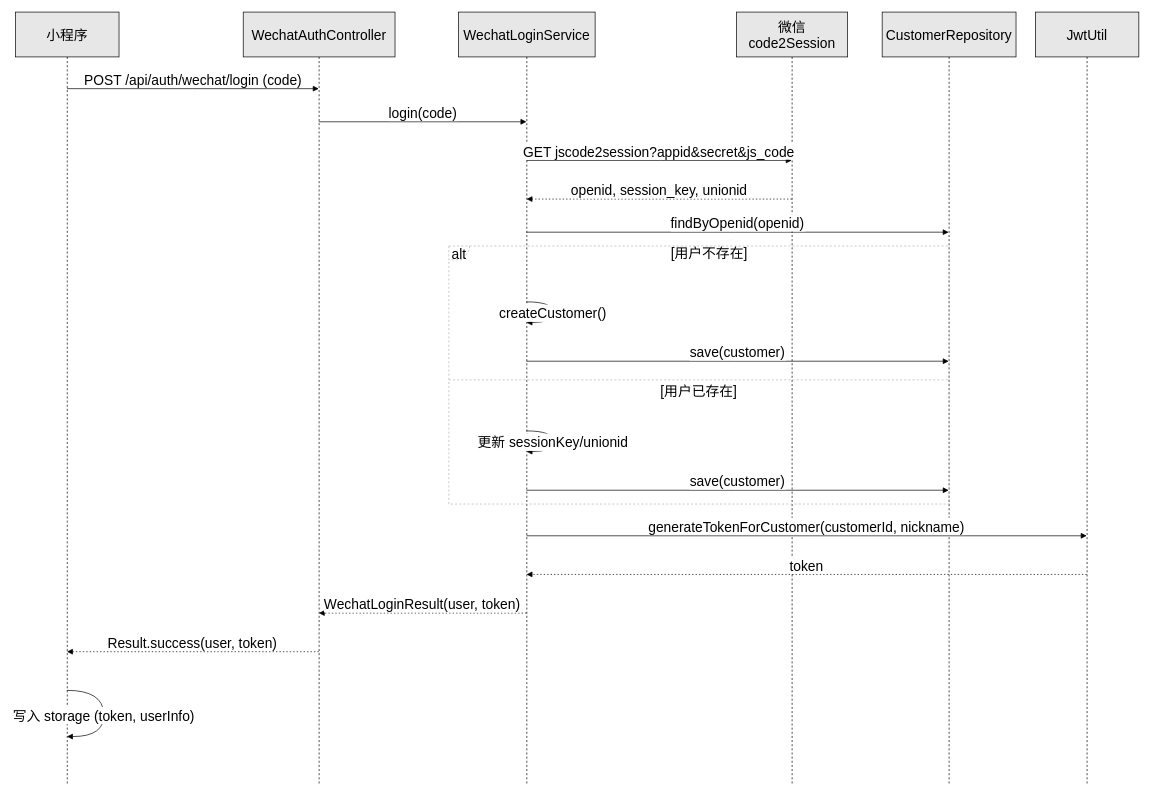
Above: page "小程序登录时序图" (19 of 19) of 题库E-R.drawio in ChenLiheng/question-project (draw.io), before the change. Source tidied: cells renumbered, new cells numbered last; positions are measured from the earlier drawing's top-left corner, leaving out a move shared by most shapes. Both pictures are drawn from the tidied source at 69%, with x=0, y=0 at pixel (15, 12).
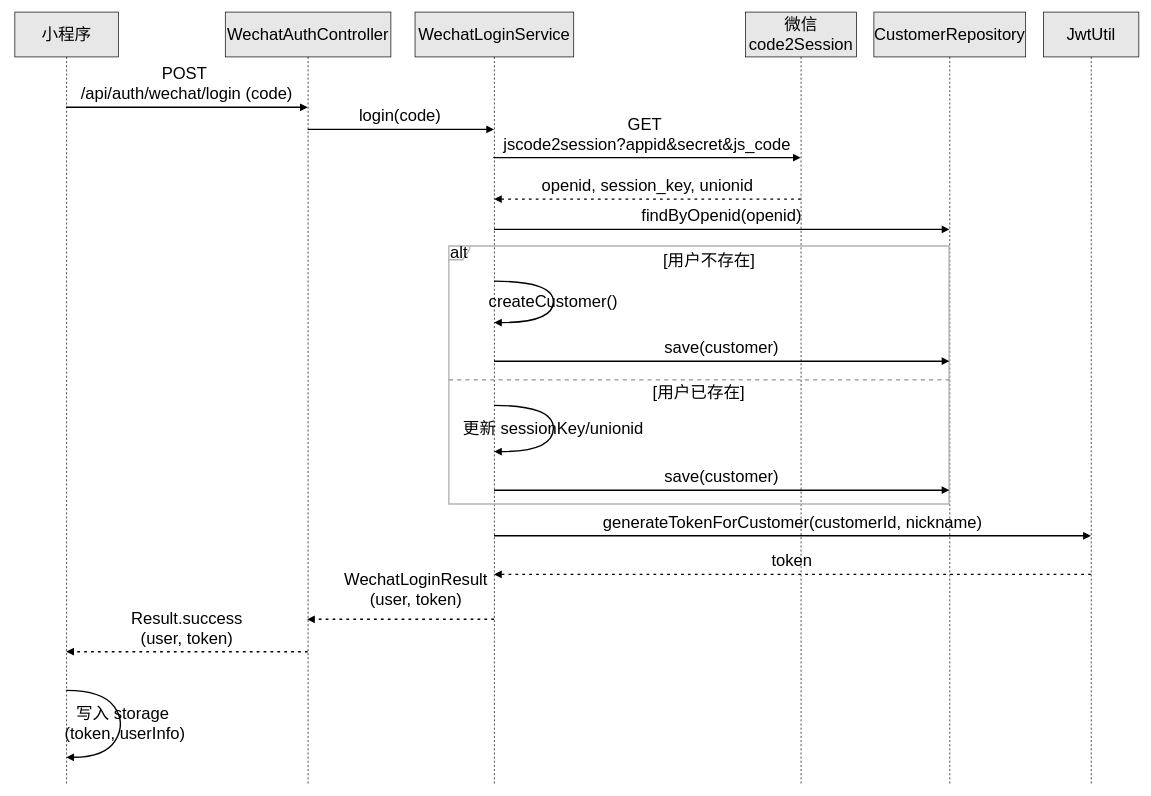
The same diagram, later.

The edit, as a diff of the source:
```diff
@@
-    <mxCell id="2" value="小程序" style="shape=umlLifeline;perimeter=lifelinePerimeter;whiteSpace=wrap;outlineConnect=0;portConstraint=eastwest;newEdgeStyle={&quot;edgeStyle&quot;:&quot;elbowEdgeStyle&quot;,&quot;elbow&quot;:&quot;vertical&quot;,&quot;curved&quot;:0,&quot;rounded&quot;:0};size=65;fontSize=20;fillColor=#E7E7E7;" parent="1" vertex="1">
-      <mxGeometry width="150" height="1119" as="geometry" />
+    <mxCell id="2" value="小程序" style="shape=umlLifeline;perimeter=lifelinePerimeter;whiteSpace=wrap;outlineConnect=0;portConstraint=eastwest;newEdgeStyle={&quot;edgeStyle&quot;:&quot;elbowEdgeStyle&quot;,&quot;elbow&quot;:&quot;vertical&quot;,&quot;curved&quot;:0,&quot;rounded&quot;:0};size=65;fontSize=24;fillColor=#E7E7E7;expandToFront=0;gradientColor=none;strokeWidth=1;rounded=0;shadow=0;glass=0;" parent="1" vertex="1">
+      <mxGeometry x="-1" width="150" height="1119" as="geometry" />
     </mxCell>
-    <mxCell id="3" value="WechatAuthController" style="shape=umlLifeline;perimeter=lifelinePerimeter;whiteSpace=wrap;outlineConnect=0;portConstraint=eastwest;newEdgeStyle={&quot;edgeStyle&quot;:&quot;elbowEdgeStyle&quot;,&quot;elbow&quot;:&quot;vertical&quot;,&quot;curved&quot;:0,&quot;rounded&quot;:0};size=65;fillColor=#E7E7E7;fontSize=20;" parent="1" vertex="1">
-      <mxGeometry x="330" width="220" height="1118" as="geometry" />
+    <mxCell id="3" value="WechatAuthController" style="shape=umlLifeline;perimeter=lifelinePerimeter;whiteSpace=wrap;outlineConnect=0;portConstraint=eastwest;newEdgeStyle={&quot;edgeStyle&quot;:&quot;elbowEdgeStyle&quot;,&quot;elbow&quot;:&quot;vertical&quot;,&quot;curved&quot;:0,&quot;rounded&quot;:0};size=65;fillColor=#E7E7E7;fontSize=24;" parent="1" vertex="1">
+      <mxGeometry x="304" width="240" height="1118" as="geometry" />
     </mxCell>
-    <mxCell id="4" value="WechatLoginService" style="shape=umlLifeline;perimeter=lifelinePerimeter;whiteSpace=wrap;outlineConnect=0;portConstraint=eastwest;newEdgeStyle={&quot;edgeStyle&quot;:&quot;elbowEdgeStyle&quot;,&quot;elbow&quot;:&quot;vertical&quot;,&quot;curved&quot;:0,&quot;rounded&quot;:0};size=65;fillColor=#E7E7E7;fontSize=20;" parent="1" vertex="1">
-      <mxGeometry x="642" width="198" height="1118" as="geometry" />
+    <mxCell id="4" value="WechatLoginService" style="shape=umlLifeline;perimeter=lifelinePerimeter;whiteSpace=wrap;outlineConnect=0;portConstraint=eastwest;newEdgeStyle={&quot;edgeStyle&quot;:&quot;elbowEdgeStyle&quot;,&quot;elbow&quot;:&quot;vertical&quot;,&quot;curved&quot;:0,&quot;rounded&quot;:0};size=65;fillColor=#E7E7E7;fontSize=24;" parent="1" vertex="1">
+      <mxGeometry x="579" width="230" height="1118" as="geometry" />
     </mxCell>
-    <mxCell id="5" value="微信 code2Session" style="shape=umlLifeline;perimeter=lifelinePerimeter;whiteSpace=wrap;outlineConnect=0;portConstraint=eastwest;newEdgeStyle={&quot;edgeStyle&quot;:&quot;elbowEdgeStyle&quot;,&quot;elbow&quot;:&quot;vertical&quot;,&quot;curved&quot;:0,&quot;rounded&quot;:0};size=65;fillColor=#E7E7E7;fontSize=20;" parent="1" vertex="1">
-      <mxGeometry x="1045" width="161" height="1118" as="geometry" />
+    <mxCell id="5" value="微信 code2Session" style="shape=umlLifeline;perimeter=lifelinePerimeter;whiteSpace=wrap;outlineConnect=0;portConstraint=eastwest;newEdgeStyle={&quot;edgeStyle&quot;:&quot;elbowEdgeStyle&quot;,&quot;elbow&quot;:&quot;vertical&quot;,&quot;curved&quot;:0,&quot;rounded&quot;:0};size=65;fillColor=#E7E7E7;fontSize=24;" parent="1" vertex="1">
+      <mxGeometry x="1058" width="161" height="1118" as="geometry" />
     </mxCell>
-    <mxCell id="6" value="CustomerRepository" style="shape=umlLifeline;perimeter=lifelinePerimeter;whiteSpace=wrap;outlineConnect=0;portConstraint=eastwest;newEdgeStyle={&quot;edgeStyle&quot;:&quot;elbowEdgeStyle&quot;,&quot;elbow&quot;:&quot;vertical&quot;,&quot;curved&quot;:0,&quot;rounded&quot;:0};size=65;fillColor=#E7E7E7;fontSize=20;" parent="1" vertex="1">
-      <mxGeometry x="1256" width="194" height="1118" as="geometry" />
+    <mxCell id="6" value="CustomerRepository" style="shape=umlLifeline;perimeter=lifelinePerimeter;whiteSpace=wrap;outlineConnect=0;portConstraint=eastwest;newEdgeStyle={&quot;edgeStyle&quot;:&quot;elbowEdgeStyle&quot;,&quot;elbow&quot;:&quot;vertical&quot;,&quot;curved&quot;:0,&quot;rounded&quot;:0};size=65;fillColor=#E7E7E7;fontSize=24;" parent="1" vertex="1">
+      <mxGeometry x="1244" width="220" height="1118" as="geometry" />
     </mxCell>
-    <mxCell id="7" value="JwtUtil" style="shape=umlLifeline;perimeter=lifelinePerimeter;whiteSpace=wrap;outlineConnect=0;portConstraint=eastwest;newEdgeStyle={&quot;edgeStyle&quot;:&quot;elbowEdgeStyle&quot;,&quot;elbow&quot;:&quot;vertical&quot;,&quot;curved&quot;:0,&quot;rounded&quot;:0};size=65;fillColor=#E7E7E7;fontSize=20;" parent="1" vertex="1">
-      <mxGeometry x="1478" width="150" height="1118" as="geometry" />
+    <mxCell id="7" value="JwtUtil" style="shape=umlLifeline;perimeter=lifelinePerimeter;whiteSpace=wrap;outlineConnect=0;portConstraint=eastwest;newEdgeStyle={&quot;edgeStyle&quot;:&quot;elbowEdgeStyle&quot;,&quot;elbow&quot;:&quot;vertical&quot;,&quot;curved&quot;:0,&quot;rounded&quot;:0};size=65;fillColor=#E7E7E7;fontSize=24;" parent="1" vertex="1">
+      <mxGeometry x="1490" width="138" height="1118" as="geometry" />
     </mxCell>
-    <mxCell id="8" value="alt" style="shape=umlFrame;dashed=1;strokeColor=#B3B3B3;height=20;width=30;fontSize=20;" parent="1" vertex="1">
+    <mxCell id="8" value="alt" style="shape=umlFrame;strokeColor=#B3B3B3;height=20;width=30;fontSize=24;strokeWidth=2;labelBackgroundColor=none;spacingBottom=6;" parent="1" vertex="1">
       <mxGeometry x="628" y="339" width="725" height="374" as="geometry" />
     </mxCell>
-    <mxCell id="9" value="[用户不存在]" style="text;strokeColor=none;fillColor=none;align=center;verticalAlign=middle;whiteSpace=wrap;fontSize=20;" parent="8" vertex="1">
+    <mxCell id="9" value="&#10;[用户不存在]" style="text;strokeColor=none;fillColor=none;align=center;verticalAlign=middle;whiteSpace=wrap;fontSize=24;labelBackgroundColor=none;spacingBottom=6;strokeWidth=2;" parent="8" vertex="1">
       <mxGeometry x="30" width="695" height="20" as="geometry" />
     </mxCell>
-    <mxCell id="10" value="[用户已存在]" style="shape=line;dashed=1;whiteSpace=wrap;verticalAlign=top;labelPosition=center;verticalLabelPosition=middle;align=center;strokeColor=#B3B3B3;fontSize=20;" parent="8" vertex="1">
+    <mxCell id="10" value="[用户已存在]" style="shape=line;dashed=1;whiteSpace=wrap;verticalAlign=top;labelPosition=center;verticalLabelPosition=middle;align=center;strokeColor=#939393;fontSize=24;labelBackgroundColor=none;spacingBottom=6;strokeWidth=2;" parent="8" vertex="1">
       <mxGeometry y="192" width="725" height="4" as="geometry" />
     </mxCell>
-    <mxCell id="11" value="POST /api/auth/wechat/login (code)" style="verticalAlign=bottom;edgeStyle=elbowEdgeStyle;elbow=vertical;curved=0;rounded=0;endArrow=block;fontSize=20;" parent="1" edge="1" source="2" target="3">
+    <mxCell id="11" value="POST &#10;/api/auth/wechat/login (code)" style="verticalAlign=bottom;edgeStyle=elbowEdgeStyle;elbow=vertical;curved=0;rounded=0;endArrow=block;fontSize=24;labelBackgroundColor=none;spacingBottom=6;strokeWidth=2;" parent="1" edge="1" target="3">
       <mxGeometry relative="1" as="geometry">
+        <mxPoint x="73.3" y="138" as="sourcePoint" />
         <Array as="points">
-          <mxPoint x="257" y="111" />
+          <mxPoint x="257" y="138" />
         </Array>
       </mxGeometry>
     </mxCell>
-    <mxCell id="12" value="login(code)" style="verticalAlign=bottom;edgeStyle=elbowEdgeStyle;elbow=vertical;curved=0;rounded=0;endArrow=block;fontSize=20;" parent="1" edge="1" source="3" target="4">
-      <mxGeometry relative="1" as="geometry">
+    <mxCell id="12" value="login(code)" style="verticalAlign=bottom;edgeStyle=elbowEdgeStyle;elbow=vertical;curved=0;rounded=0;endArrow=block;fontSize=24;labelBackgroundColor=none;spacingBottom=6;strokeWidth=2;" parent="1" edge="1" source="3" target="4">
+      <mxGeometry x="-0.01" relative="1" as="geometry">
         <Array as="points">
-          <mxPoint x="583" y="159" />
+          <mxPoint x="550" y="170" />
         </Array>
       </mxGeometry>
     </mxCell>
-    <mxCell id="13" value="GET jscode2session?appid&amp;secret&amp;js_code" style="verticalAlign=bottom;edgeStyle=elbowEdgeStyle;elbow=vertical;curved=0;rounded=0;endArrow=block;fontSize=20;" parent="1" edge="1" source="4" target="5">
+    <mxCell id="13" value="GET &#10;jscode2session?appid&amp;secret&amp;js_code" style="verticalAlign=bottom;edgeStyle=elbowEdgeStyle;elbow=vertical;curved=0;rounded=0;endArrow=block;fontSize=24;labelBackgroundColor=none;spacingBottom=6;strokeWidth=2;" parent="1" edge="1">
       <mxGeometry relative="1" as="geometry">
+        <mxPoint x="692.5" y="211" as="sourcePoint" />
+        <mxPoint x="1138" y="211" as="targetPoint" />
         <Array as="points">
-          <mxPoint x="935" y="215" />
+          <mxPoint x="935" y="211" />
         </Array>
       </mxGeometry>
     </mxCell>
-    <mxCell id="14" value="openid, session_key, unionid" style="verticalAlign=bottom;edgeStyle=elbowEdgeStyle;elbow=vertical;curved=0;rounded=0;dashed=1;dashPattern=2 3;endArrow=block;fontSize=20;" parent="1" edge="1" source="5" target="4">
+    <mxCell id="14" value="openid, session_key, unionid" style="verticalAlign=bottom;edgeStyle=elbowEdgeStyle;elbow=vertical;curved=0;rounded=0;dashed=1;dashPattern=2 3;endArrow=block;fontSize=24;labelBackgroundColor=none;spacingBottom=6;strokeWidth=2;" parent="1" edge="1" source="5" target="4">
       <mxGeometry relative="1" as="geometry">
         <Array as="points">
           <mxPoint x="938" y="271" />
         </Array>
       </mxGeometry>
     </mxCell>
-    <mxCell id="15" value="findByOpenid(openid)" style="verticalAlign=bottom;edgeStyle=elbowEdgeStyle;elbow=vertical;curved=0;rounded=0;endArrow=block;fontSize=20;" parent="1" edge="1" source="4" target="6">
+    <mxCell id="15" value="findByOpenid(openid)" style="verticalAlign=bottom;edgeStyle=elbowEdgeStyle;elbow=vertical;curved=0;rounded=0;endArrow=block;fontSize=24;labelBackgroundColor=none;spacingBottom=6;strokeWidth=2;" parent="1" edge="1" source="4" target="6">
       <mxGeometry relative="1" as="geometry">
         <Array as="points">
-          <mxPoint x="1043" y="319" />
+          <mxPoint x="1043" y="315" />
         </Array>
       </mxGeometry>
     </mxCell>
-    <mxCell id="16" value="createCustomer()" style="curved=1;endArrow=block;rounded=0;fontSize=20;" parent="1" edge="1" source="4" target="4">
+    <mxCell id="16" value="createCustomer()" style="curved=1;endArrow=block;rounded=0;fontSize=24;labelBackgroundColor=none;spacingBottom=6;strokeWidth=2;" parent="1" edge="1" source="4" target="4">
       <mxGeometry relative="1" as="geometry">
         <Array as="points">
-          <mxPoint x="779" y="420" />
+          <mxPoint x="780" y="390" />
           <mxPoint x="779" y="450" />
         </Array>
       </mxGeometry>
     </mxCell>
-    <mxCell id="17" value="save(customer)" style="verticalAlign=bottom;edgeStyle=elbowEdgeStyle;elbow=vertical;curved=0;rounded=0;endArrow=block;fontSize=20;" parent="1" edge="1" source="4" target="6">
+    <mxCell id="17" value="save(customer)" style="verticalAlign=bottom;edgeStyle=elbowEdgeStyle;elbow=vertical;curved=0;rounded=0;endArrow=block;fontSize=24;labelBackgroundColor=none;spacingBottom=6;strokeWidth=2;" parent="1" edge="1" source="4" target="6">
       <mxGeometry relative="1" as="geometry">
         <Array as="points">
           <mxPoint x="1043" y="506" />
         </Array>
       </mxGeometry>
     </mxCell>
-    <mxCell id="18" value="更新 sessionKey/unionid" style="curved=1;endArrow=block;rounded=0;fontSize=20;" parent="1" edge="1" source="4" target="4">
+    <mxCell id="18" value="更新 sessionKey/unionid" style="curved=1;endArrow=block;rounded=0;fontSize=24;labelBackgroundColor=none;spacingBottom=6;strokeWidth=2;" parent="1" edge="1" source="4" target="4">
       <mxGeometry relative="1" as="geometry">
         <Array as="points">
-          <mxPoint x="779" y="607" />
+          <mxPoint x="780" y="570" />
           <mxPoint x="779" y="637" />
         </Array>
       </mxGeometry>
     </mxCell>
-    <mxCell id="19" value="save(customer)" style="verticalAlign=bottom;edgeStyle=elbowEdgeStyle;elbow=vertical;curved=0;rounded=0;endArrow=block;fontSize=20;" parent="1" edge="1" source="4" target="6">
+    <mxCell id="19" value="save(customer)" style="verticalAlign=bottom;edgeStyle=elbowEdgeStyle;elbow=vertical;curved=0;rounded=0;endArrow=block;fontSize=24;labelBackgroundColor=none;spacingBottom=6;strokeWidth=2;" parent="1" edge="1" source="4" target="6">
       <mxGeometry relative="1" as="geometry">
         <Array as="points">
           <mxPoint x="1043" y="693" />
         </Array>
       </mxGeometry>
     </mxCell>
-    <mxCell id="20" value="generateTokenForCustomer(customerId, nickname)" style="verticalAlign=bottom;edgeStyle=elbowEdgeStyle;elbow=vertical;curved=0;rounded=0;endArrow=block;fontSize=20;" parent="1" edge="1" source="4" target="7">
+    <mxCell id="20" value="generateTokenForCustomer(customerId, nickname)" style="verticalAlign=bottom;edgeStyle=elbowEdgeStyle;elbow=vertical;curved=0;rounded=0;endArrow=block;fontSize=24;labelBackgroundColor=none;spacingBottom=6;strokeWidth=2;" parent="1" edge="1" source="4" target="7">
       <mxGeometry relative="1" as="geometry">
         <Array as="points">
           <mxPoint x="1149" y="759" />
         </Array>
       </mxGeometry>
     </mxCell>
-    <mxCell id="21" value="token" style="verticalAlign=bottom;edgeStyle=elbowEdgeStyle;elbow=vertical;curved=0;rounded=0;dashed=1;dashPattern=2 3;endArrow=block;fontSize=20;" parent="1" edge="1" source="7" target="4">
+    <mxCell id="21" value="token" style="verticalAlign=bottom;edgeStyle=elbowEdgeStyle;elbow=vertical;curved=0;rounded=0;dashed=1;dashPattern=2 3;endArrow=block;fontSize=24;labelBackgroundColor=none;spacingBottom=6;strokeWidth=2;" parent="1" edge="1" source="7" target="4">
       <mxGeometry relative="1" as="geometry">
         <Array as="points">
           <mxPoint x="1152" y="815" />
         </Array>
       </mxGeometry>
     </mxCell>
-    <mxCell id="22" value="WechatLoginResult(user, token)" style="verticalAlign=bottom;edgeStyle=elbowEdgeStyle;elbow=vertical;curved=0;rounded=0;dashed=1;dashPattern=2 3;endArrow=block;fontSize=20;" parent="1" edge="1" source="4" target="3">
-      <mxGeometry relative="1" as="geometry">
+    <mxCell id="22" value="WechatLoginResult&#10;(user, token)" style="verticalAlign=bottom;edgeStyle=elbowEdgeStyle;elbow=vertical;curved=0;rounded=0;dashed=1;dashPattern=2 3;endArrow=block;fontSize=24;labelBackgroundColor=none;spacingBottom=6;strokeWidth=2;" parent="1" edge="1">
+      <mxGeometry x="-0.16" y="-9" relative="1" as="geometry">
+        <mxPoint x="693.5" y="880" as="sourcePoint" />
+        <mxPoint x="422.5" y="880" as="targetPoint" />
         <Array as="points">
-          <mxPoint x="586" y="871" />
+          <mxPoint x="570" y="880" />
         </Array>
+        <mxPoint x="1" as="offset" />
       </mxGeometry>
     </mxCell>
-    <mxCell id="23" value="Result.success(user, token)" style="verticalAlign=bottom;edgeStyle=elbowEdgeStyle;elbow=vertical;curved=0;rounded=0;dashed=1;dashPattern=2 3;endArrow=block;fontSize=20;" parent="1" edge="1" source="3" target="2">
+    <mxCell id="23" value="Result.success&#10;(user, token)" style="verticalAlign=bottom;edgeStyle=elbowEdgeStyle;elbow=vertical;curved=0;rounded=0;dashed=1;dashPattern=2 3;endArrow=block;fontSize=24;labelBackgroundColor=none;spacingBottom=6;strokeWidth=2;" parent="1" edge="1" source="3" target="2">
       <mxGeometry relative="1" as="geometry">
         <Array as="points">
           <mxPoint x="260" y="927" />
         </Array>
       </mxGeometry>
     </mxCell>
-    <mxCell id="24" value="写入 storage (token, userInfo)" style="curved=1;endArrow=block;rounded=0;fontSize=20;" parent="1" edge="1" source="2" target="2">
+    <mxCell id="24" value="写入 storage &#10;(token, userInfo)" style="curved=1;endArrow=block;rounded=0;fontSize=24;labelBackgroundColor=none;spacingBottom=6;strokeWidth=2;" parent="1" edge="1" source="2" target="2">
       <mxGeometry relative="1" as="geometry">
         <Array as="points">
           <mxPoint x="126" y="983" />
-          <mxPoint x="130" y="1050" />
+          <mxPoint x="160" y="1030" />
+          <mxPoint x="130" y="1080" />
         </Array>
       </mxGeometry>
     </mxCell>
```
